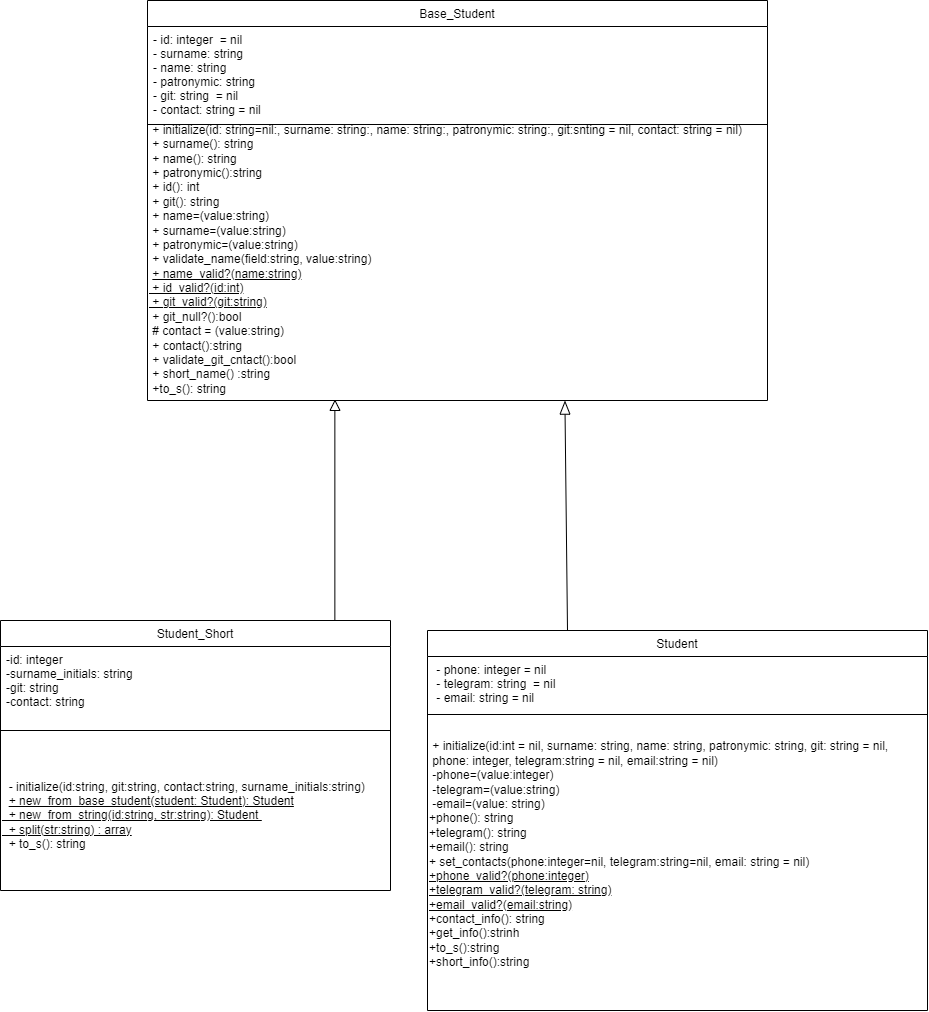
The draw.io diagram student3/Student.png in ChlnCh0pa/ruby1, before a commit. Source tidied: cells renumbered, new cells last; positions are measured from the earlier drawing's top-left corner, leaving out a move shared by most shapes.
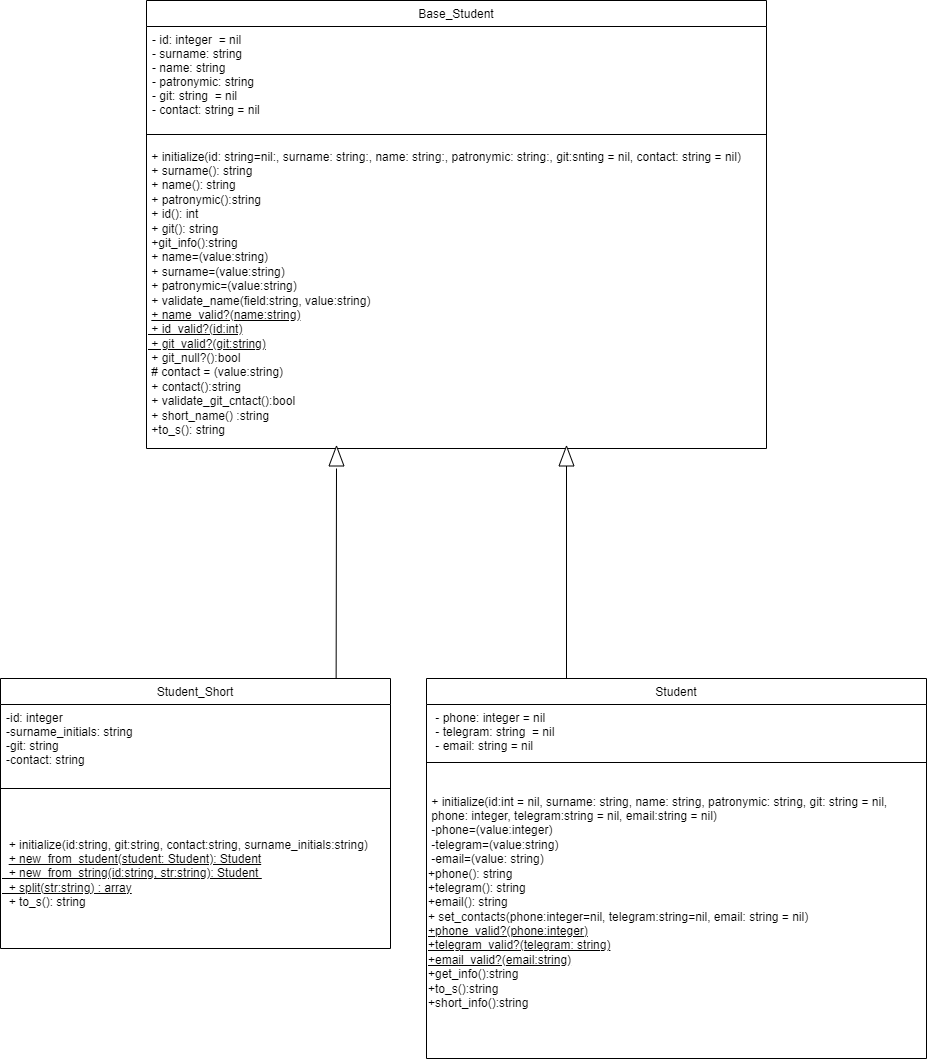
The same file after the commit.

Commit message:
2- Fixed a typo with getter for git

What changed in the source:
```diff
@@ -3,16 +3,16 @@
     <mxCell id="0" />
     <mxCell id="1" parent="0" />
     <mxCell id="2" value="Base_Student" style="swimlane;fontStyle=0;align=center;verticalAlign=top;horizontal=1;startSize=26;rounded=0;shadow=0;strokeWidth=1;" parent="1" vertex="1">
-      <mxGeometry x="147" width="620" height="400" as="geometry" />
+      <mxGeometry x="147" y="-48" width="620" height="448" as="geometry" />
     </mxCell>
     <mxCell id="3" value="- id: integer  = nil       &#10;- surname: string    &#10;- name: string       &#10;- patronymic: string &#10;- git: string  = nil      &#10;- contact: string = nil" style="text;align=left;verticalAlign=top;spacingLeft=4;spacingRight=4;overflow=hidden;rounded=0;shadow=0;html=0;" parent="2" vertex="1">
-      <mxGeometry y="26" width="620" height="94" as="geometry" />
+      <mxGeometry y="26" width="620" height="104" as="geometry" />
     </mxCell>
     <mxCell id="4" style="line;html=1;strokeWidth=1;align=left;verticalAlign=middle;spacingTop=-1;spacingLeft=3;spacingRight=3;labelPosition=right;" parent="2" vertex="1">
-      <mxGeometry y="120" width="620" height="8" as="geometry" />
+      <mxGeometry y="130" width="620" height="8" as="geometry" />
     </mxCell>
-    <mxCell id="5" value="&lt;span style=&quot;text-wrap: nowrap;&quot;&gt;&amp;nbsp;+ initialize(id: string=nil:, surname: string:, name: string:, patronymic: string:, git:snting = nil, contact: string = nil)&amp;nbsp;&lt;/span&gt;&lt;br style=&quot;padding: 0px; margin: 0px; text-wrap: nowrap;&quot;&gt;&lt;span style=&quot;text-wrap: nowrap;&quot;&gt;&amp;nbsp;+ surname(): string&amp;nbsp;&lt;/span&gt;&lt;br style=&quot;padding: 0px; margin: 0px; text-wrap: nowrap;&quot;&gt;&lt;span style=&quot;text-wrap: nowrap;&quot;&gt;&amp;nbsp;+ name(): string&amp;nbsp; &amp;nbsp;&amp;nbsp;&lt;/span&gt;&lt;br style=&quot;padding: 0px; margin: 0px; text-wrap: nowrap;&quot;&gt;&lt;span style=&quot;text-wrap: nowrap;&quot;&gt;&amp;nbsp;+ patronymic():string&amp;nbsp;&lt;/span&gt;&lt;br style=&quot;padding: 0px; margin: 0px; text-wrap: nowrap;&quot;&gt;&lt;span style=&quot;text-wrap: nowrap;&quot;&gt;&amp;nbsp;+ id(): int&amp;nbsp; &amp;nbsp; &amp;nbsp;&lt;/span&gt;&lt;br style=&quot;padding: 0px; margin: 0px; text-wrap: nowrap;&quot;&gt;&lt;span style=&quot;text-wrap: nowrap;&quot;&gt;&amp;nbsp;+ git(): string&amp;nbsp; &amp;nbsp;&amp;nbsp;&lt;/span&gt;&lt;br style=&quot;padding: 0px; margin: 0px; text-wrap: nowrap;&quot;&gt;&lt;span style=&quot;text-wrap: nowrap;&quot;&gt;&amp;nbsp;+ name=(value:string)&lt;/span&gt;&lt;br style=&quot;padding: 0px; margin: 0px; text-wrap: nowrap;&quot;&gt;&lt;span style=&quot;text-wrap: nowrap;&quot;&gt;&amp;nbsp;+ surname=(value:string)&lt;/span&gt;&lt;br style=&quot;padding: 0px; margin: 0px; text-wrap: nowrap;&quot;&gt;&lt;span style=&quot;text-wrap: nowrap;&quot;&gt;&amp;nbsp;+ patronymic=(value:string)&lt;/span&gt;&lt;br style=&quot;padding: 0px; margin: 0px; text-wrap: nowrap;&quot;&gt;&lt;span style=&quot;text-wrap: nowrap;&quot;&gt;&amp;nbsp;+ validate_name(field:string, value:string)&lt;/span&gt;&lt;br style=&quot;padding: 0px; margin: 0px; text-wrap: nowrap;&quot;&gt;&lt;span style=&quot;text-wrap: nowrap;&quot;&gt;&amp;nbsp;&lt;u&gt;+ name_valid?(name:string)&lt;/u&gt;&lt;/span&gt;&lt;u&gt;&lt;br style=&quot;padding: 0px; margin: 0px; text-wrap: nowrap;&quot;&gt;&lt;span style=&quot;text-wrap: nowrap;&quot;&gt;&amp;nbsp;+ id_valid?(id:int)&lt;/span&gt;&lt;br style=&quot;padding: 0px; margin: 0px; text-wrap: nowrap;&quot;&gt;&lt;span style=&quot;text-wrap: nowrap;&quot;&gt;&amp;nbsp;+ git_valid?(git:string)&lt;/span&gt;&lt;/u&gt;&lt;br style=&quot;padding: 0px; margin: 0px; text-wrap: nowrap;&quot;&gt;&lt;span style=&quot;text-wrap: nowrap;&quot;&gt;&amp;nbsp;+ git_null?():bool&lt;/span&gt;&lt;br style=&quot;padding: 0px; margin: 0px; text-wrap: nowrap;&quot;&gt;&lt;span style=&quot;text-wrap: nowrap;&quot;&gt;&amp;nbsp;# contact = (value:string)&lt;/span&gt;&lt;br style=&quot;padding: 0px; margin: 0px; text-wrap: nowrap;&quot;&gt;&lt;span style=&quot;text-wrap: nowrap;&quot;&gt;&amp;nbsp;+ contact():string&lt;/span&gt;&lt;br style=&quot;padding: 0px; margin: 0px; text-wrap: nowrap;&quot;&gt;&lt;span style=&quot;text-wrap: nowrap;&quot;&gt;&amp;nbsp;+ validate_git_cntact():bool&lt;/span&gt;&lt;br style=&quot;padding: 0px; margin: 0px; text-wrap: nowrap;&quot;&gt;&lt;span style=&quot;text-wrap: nowrap;&quot;&gt;&amp;nbsp;+ short_name() :string&lt;/span&gt;&lt;br style=&quot;padding: 0px; margin: 0px; text-wrap: nowrap;&quot;&gt;&lt;span style=&quot;text-wrap: nowrap;&quot;&gt;&amp;nbsp;+to_s(): string&amp;nbsp;&lt;/span&gt;" style="text;html=1;align=left;verticalAlign=middle;whiteSpace=wrap;rounded=0;" parent="2" vertex="1">
-      <mxGeometry y="128" width="620" height="262" as="geometry" />
+    <mxCell id="5" value="&lt;span style=&quot;text-wrap: nowrap;&quot;&gt;&amp;nbsp;+ initialize(id: string=nil:, surname: string:, name: string:, patronymic: string:, git:snting = nil, contact: string = nil)&amp;nbsp;&lt;/span&gt;&lt;br style=&quot;padding: 0px; margin: 0px; text-wrap: nowrap;&quot;&gt;&lt;span style=&quot;text-wrap: nowrap;&quot;&gt;&amp;nbsp;+ surname(): string&amp;nbsp;&lt;/span&gt;&lt;br style=&quot;padding: 0px; margin: 0px; text-wrap: nowrap;&quot;&gt;&lt;span style=&quot;text-wrap: nowrap;&quot;&gt;&amp;nbsp;+ name(): string&amp;nbsp; &amp;nbsp;&amp;nbsp;&lt;/span&gt;&lt;br style=&quot;padding: 0px; margin: 0px; text-wrap: nowrap;&quot;&gt;&lt;span style=&quot;text-wrap: nowrap;&quot;&gt;&amp;nbsp;+ patronymic():string&amp;nbsp;&lt;/span&gt;&lt;br style=&quot;padding: 0px; margin: 0px; text-wrap: nowrap;&quot;&gt;&lt;span style=&quot;text-wrap: nowrap;&quot;&gt;&amp;nbsp;+ id(): int&amp;nbsp; &amp;nbsp; &amp;nbsp;&lt;/span&gt;&lt;br style=&quot;padding: 0px; margin: 0px; text-wrap: nowrap;&quot;&gt;&lt;span style=&quot;text-wrap: nowrap;&quot;&gt;&amp;nbsp;+ git(): string&amp;nbsp; &amp;nbsp;&amp;nbsp;&lt;/span&gt;&lt;div&gt;&lt;span style=&quot;text-wrap: nowrap;&quot;&gt;&amp;nbsp;+git_info():string&lt;/span&gt;&lt;br style=&quot;padding: 0px; margin: 0px; text-wrap: nowrap;&quot;&gt;&lt;span style=&quot;text-wrap: nowrap;&quot;&gt;&amp;nbsp;+ name=(value:string)&lt;/span&gt;&lt;br style=&quot;padding: 0px; margin: 0px; text-wrap: nowrap;&quot;&gt;&lt;span style=&quot;text-wrap: nowrap;&quot;&gt;&amp;nbsp;+ surname=(value:string)&lt;/span&gt;&lt;br style=&quot;padding: 0px; margin: 0px; text-wrap: nowrap;&quot;&gt;&lt;span style=&quot;text-wrap: nowrap;&quot;&gt;&amp;nbsp;+ patronymic=(value:string)&lt;/span&gt;&lt;br style=&quot;padding: 0px; margin: 0px; text-wrap: nowrap;&quot;&gt;&lt;span style=&quot;text-wrap: nowrap;&quot;&gt;&amp;nbsp;+ validate_name(field:string, value:string)&lt;/span&gt;&lt;br style=&quot;padding: 0px; margin: 0px; text-wrap: nowrap;&quot;&gt;&lt;span style=&quot;text-wrap: nowrap;&quot;&gt;&amp;nbsp;&lt;u&gt;+ name_valid?(name:string)&lt;/u&gt;&lt;/span&gt;&lt;u&gt;&lt;br style=&quot;padding: 0px; margin: 0px; text-wrap: nowrap;&quot;&gt;&lt;span style=&quot;text-wrap: nowrap;&quot;&gt;&amp;nbsp;+ id_valid?(id:int)&lt;/span&gt;&lt;br style=&quot;padding: 0px; margin: 0px; text-wrap: nowrap;&quot;&gt;&lt;span style=&quot;text-wrap: nowrap;&quot;&gt;&amp;nbsp;+ git_valid?(git:string)&lt;/span&gt;&lt;/u&gt;&lt;br style=&quot;padding: 0px; margin: 0px; text-wrap: nowrap;&quot;&gt;&lt;span style=&quot;text-wrap: nowrap;&quot;&gt;&amp;nbsp;+ git_null?():bool&lt;/span&gt;&lt;br style=&quot;padding: 0px; margin: 0px; text-wrap: nowrap;&quot;&gt;&lt;span style=&quot;text-wrap: nowrap;&quot;&gt;&amp;nbsp;# contact = (value:string)&lt;/span&gt;&lt;br style=&quot;padding: 0px; margin: 0px; text-wrap: nowrap;&quot;&gt;&lt;span style=&quot;text-wrap: nowrap;&quot;&gt;&amp;nbsp;+ contact():string&lt;/span&gt;&lt;br style=&quot;padding: 0px; margin: 0px; text-wrap: nowrap;&quot;&gt;&lt;span style=&quot;text-wrap: nowrap;&quot;&gt;&amp;nbsp;+ validate_git_cntact():bool&lt;/span&gt;&lt;br style=&quot;padding: 0px; margin: 0px; text-wrap: nowrap;&quot;&gt;&lt;span style=&quot;text-wrap: nowrap;&quot;&gt;&amp;nbsp;+ short_name() :string&lt;/span&gt;&lt;br style=&quot;padding: 0px; margin: 0px; text-wrap: nowrap;&quot;&gt;&lt;span style=&quot;text-wrap: nowrap;&quot;&gt;&amp;nbsp;+to_s(): string&amp;nbsp;&lt;/span&gt;&lt;/div&gt;" style="text;html=1;align=left;verticalAlign=middle;whiteSpace=wrap;rounded=0;" parent="2" vertex="1">
+      <mxGeometry y="138" width="620" height="310" as="geometry" />
     </mxCell>
     <mxCell id="6" value="Student" style="swimlane;fontStyle=0;align=center;verticalAlign=top;horizontal=1;startSize=26;rounded=0;shadow=0;strokeWidth=1;" parent="1" vertex="1">
       <mxGeometry x="427" y="630" width="500" height="380" as="geometry" />
@@ -23,11 +23,11 @@
     <mxCell id="8" style="line;html=1;strokeWidth=1;align=left;verticalAlign=middle;spacingTop=-1;spacingLeft=3;spacingRight=3;labelPosition=right;" parent="6" vertex="1">
       <mxGeometry y="80" width="500" height="8" as="geometry" />
     </mxCell>
-    <mxCell id="9" value="&lt;span style=&quot;text-wrap: nowrap;&quot;&gt;&amp;nbsp;+ initialize(id:int = nil, surname: string, name: string, patronymic: string, git: string = nil,&lt;/span&gt;&lt;br style=&quot;padding: 0px; margin: 0px; text-wrap: nowrap;&quot;&gt;&lt;span style=&quot;text-wrap: nowrap;&quot;&gt;&amp;nbsp;phone: integer, telegram:string = nil, email:string = nil)&amp;nbsp;&lt;/span&gt;&lt;br style=&quot;padding: 0px; margin: 0px; text-wrap: nowrap;&quot;&gt;&lt;span style=&quot;text-wrap: nowrap;&quot;&gt;&amp;nbsp;-phone=(value:integer)&amp;nbsp;&amp;nbsp;&lt;/span&gt;&lt;br style=&quot;padding: 0px; margin: 0px; text-wrap: nowrap;&quot;&gt;&lt;span style=&quot;text-wrap: nowrap;&quot;&gt;&amp;nbsp;-telegram=(value:string)&amp;nbsp;&lt;/span&gt;&lt;br style=&quot;padding: 0px; margin: 0px; text-wrap: nowrap;&quot;&gt;&lt;span style=&quot;text-wrap: nowrap;&quot;&gt;&amp;nbsp;-email=(value: string)&lt;/span&gt;&lt;br style=&quot;padding: 0px; margin: 0px; text-wrap: nowrap;&quot;&gt;&lt;span style=&quot;text-wrap: nowrap;&quot;&gt;+phone(): string&lt;/span&gt;&lt;br style=&quot;padding: 0px; margin: 0px; text-wrap: nowrap;&quot;&gt;&lt;span style=&quot;text-wrap: nowrap;&quot;&gt;+telegram(): string&lt;/span&gt;&lt;br style=&quot;padding: 0px; margin: 0px; text-wrap: nowrap;&quot;&gt;&lt;span style=&quot;text-wrap: nowrap;&quot;&gt;+email(): string&amp;nbsp;&amp;nbsp;&lt;/span&gt;&lt;br style=&quot;padding: 0px; margin: 0px; text-wrap: nowrap;&quot;&gt;&lt;span style=&quot;text-wrap: nowrap;&quot;&gt;+ set_contacts(phone:integer=nil, telegram:string=nil, email: string = nil)&lt;/span&gt;&lt;br style=&quot;padding: 0px; margin: 0px; text-wrap: nowrap;&quot;&gt;&lt;span style=&quot;text-wrap: nowrap;&quot;&gt;&lt;u&gt;+phone_valid?(phone:integer)&lt;/u&gt;&lt;/span&gt;&lt;u&gt;&lt;br style=&quot;padding: 0px; margin: 0px; text-wrap: nowrap;&quot;&gt;&lt;span style=&quot;text-wrap: nowrap;&quot;&gt;+telegram_valid?(telegram: string)&lt;/span&gt;&lt;br style=&quot;padding: 0px; margin: 0px; text-wrap: nowrap;&quot;&gt;&lt;span style=&quot;text-wrap: nowrap;&quot;&gt;+email_valid?(email:string)&lt;/span&gt;&lt;/u&gt;&lt;br style=&quot;padding: 0px; margin: 0px; text-wrap: nowrap;&quot;&gt;&lt;span style=&quot;text-wrap: nowrap;&quot;&gt;+contact_info(): string&lt;/span&gt;&lt;br style=&quot;padding: 0px; margin: 0px; text-wrap: nowrap;&quot;&gt;&lt;span style=&quot;text-wrap: nowrap;&quot;&gt;+get_info():strinh&lt;/span&gt;&lt;br style=&quot;padding: 0px; margin: 0px; text-wrap: nowrap;&quot;&gt;&lt;span style=&quot;text-wrap: nowrap;&quot;&gt;+to_s():string&lt;/span&gt;&lt;br style=&quot;padding: 0px; margin: 0px; text-wrap: nowrap;&quot;&gt;&lt;span style=&quot;text-wrap: nowrap;&quot;&gt;+short_info():string&amp;nbsp;&lt;/span&gt;" style="text;html=1;align=left;verticalAlign=middle;whiteSpace=wrap;rounded=0;" parent="6" vertex="1">
+    <mxCell id="9" value="&lt;span style=&quot;text-wrap: nowrap;&quot;&gt;&amp;nbsp;+ initialize(id:int = nil, surname: string, name: string, patronymic: string, git: string = nil,&lt;/span&gt;&lt;br style=&quot;padding: 0px; margin: 0px; text-wrap: nowrap;&quot;&gt;&lt;span style=&quot;text-wrap: nowrap;&quot;&gt;&amp;nbsp;phone: integer, telegram:string = nil, email:string = nil)&amp;nbsp;&lt;/span&gt;&lt;br style=&quot;padding: 0px; margin: 0px; text-wrap: nowrap;&quot;&gt;&lt;span style=&quot;text-wrap: nowrap;&quot;&gt;&amp;nbsp;-phone=(value:integer)&amp;nbsp;&amp;nbsp;&lt;/span&gt;&lt;br style=&quot;padding: 0px; margin: 0px; text-wrap: nowrap;&quot;&gt;&lt;span style=&quot;text-wrap: nowrap;&quot;&gt;&amp;nbsp;-telegram=(value:string)&amp;nbsp;&lt;/span&gt;&lt;br style=&quot;padding: 0px; margin: 0px; text-wrap: nowrap;&quot;&gt;&lt;span style=&quot;text-wrap: nowrap;&quot;&gt;&amp;nbsp;-email=(value: string)&lt;/span&gt;&lt;br style=&quot;padding: 0px; margin: 0px; text-wrap: nowrap;&quot;&gt;&lt;span style=&quot;text-wrap: nowrap;&quot;&gt;+phone(): string&lt;/span&gt;&lt;br style=&quot;padding: 0px; margin: 0px; text-wrap: nowrap;&quot;&gt;&lt;span style=&quot;text-wrap: nowrap;&quot;&gt;+telegram(): string&lt;/span&gt;&lt;br style=&quot;padding: 0px; margin: 0px; text-wrap: nowrap;&quot;&gt;&lt;span style=&quot;text-wrap: nowrap;&quot;&gt;+email(): string&amp;nbsp;&lt;/span&gt;&lt;div&gt;&lt;span style=&quot;text-wrap: nowrap;&quot;&gt;+ set_contacts(phone:integer=nil, telegram:string=nil, email: string = nil)&lt;/span&gt;&lt;br style=&quot;padding: 0px; margin: 0px; text-wrap: nowrap;&quot;&gt;&lt;span style=&quot;text-wrap: nowrap;&quot;&gt;&lt;u&gt;+phone_valid?(phone:integer)&lt;/u&gt;&lt;/span&gt;&lt;u&gt;&lt;br style=&quot;padding: 0px; margin: 0px; text-wrap: nowrap;&quot;&gt;&lt;span style=&quot;text-wrap: nowrap;&quot;&gt;+telegram_valid?(telegram: string)&lt;/span&gt;&lt;br style=&quot;padding: 0px; margin: 0px; text-wrap: nowrap;&quot;&gt;&lt;span style=&quot;text-wrap: nowrap;&quot;&gt;+email_valid?(email:string)&lt;/span&gt;&lt;/u&gt;&lt;br style=&quot;padding: 0px; margin: 0px; text-wrap: nowrap;&quot;&gt;&lt;span style=&quot;text-wrap: nowrap;&quot;&gt;+get_info():string&lt;/span&gt;&lt;br style=&quot;padding: 0px; margin: 0px; text-wrap: nowrap;&quot;&gt;&lt;span style=&quot;text-wrap: nowrap;&quot;&gt;+to_s():string&lt;/span&gt;&lt;br style=&quot;padding: 0px; margin: 0px; text-wrap: nowrap;&quot;&gt;&lt;span style=&quot;text-wrap: nowrap;&quot;&gt;+short_info():string&amp;nbsp;&lt;/span&gt;&lt;/div&gt;" style="text;html=1;align=left;verticalAlign=middle;whiteSpace=wrap;rounded=0;" parent="6" vertex="1">
       <mxGeometry y="88" width="500" height="272" as="geometry" />
     </mxCell>
     <mxCell id="10" value="Student_Short" style="swimlane;fontStyle=0;align=center;verticalAlign=top;horizontal=1;startSize=26;rounded=0;shadow=0;strokeWidth=1;" parent="1" vertex="1">
-      <mxGeometry y="620" width="390" height="270" as="geometry" />
+      <mxGeometry x="1" y="630" width="390" height="270" as="geometry" />
     </mxCell>
     <mxCell id="11" value="-id: integer&#10;-surname_initials: string&#10;-git: string&#10;-contact: string" style="text;align=left;verticalAlign=top;spacingLeft=4;spacingRight=4;overflow=hidden;rounded=0;shadow=0;html=0;" parent="10" vertex="1">
       <mxGeometry y="26" width="390" height="74" as="geometry" />
@@ -35,16 +35,21 @@
     <mxCell id="12" style="line;html=1;strokeWidth=1;align=left;verticalAlign=middle;spacingTop=-1;spacingLeft=3;spacingRight=3;labelPosition=right;" parent="10" vertex="1">
       <mxGeometry y="100" width="390" height="20" as="geometry" />
     </mxCell>
-    <mxCell id="13" value="&lt;span style=&quot;text-wrap: nowrap;&quot;&gt;&amp;nbsp; - initialize(id:string, git:string, contact:string, surname_initials:string)&lt;/span&gt;&lt;br style=&quot;padding: 0px; margin: 0px; text-wrap: nowrap;&quot;&gt;&lt;span style=&quot;text-wrap: nowrap;&quot;&gt;&amp;nbsp; &lt;u&gt;+ new_from_base_student(student: Student): Student&lt;/u&gt;&lt;/span&gt;&lt;u&gt;&lt;br style=&quot;padding: 0px; margin: 0px; text-wrap: nowrap;&quot;&gt;&lt;span style=&quot;text-wrap: nowrap;&quot;&gt;&amp;nbsp; + new_from_string(id:string, str:string): Student&amp;nbsp;&lt;/span&gt;&lt;br style=&quot;padding: 0px; margin: 0px; text-wrap: nowrap;&quot;&gt;&lt;span style=&quot;text-wrap: nowrap;&quot;&gt;&amp;nbsp; + split(str:string) : array&lt;/span&gt;&lt;/u&gt;&lt;br style=&quot;padding: 0px; margin: 0px; text-wrap: nowrap;&quot;&gt;&lt;span style=&quot;text-wrap: nowrap;&quot;&gt;&amp;nbsp; + to_s(): string&amp;nbsp;&amp;nbsp;&lt;/span&gt;" style="text;html=1;align=left;verticalAlign=middle;whiteSpace=wrap;rounded=0;" parent="10" vertex="1">
+    <mxCell id="13" value="&lt;span style=&quot;text-wrap: nowrap;&quot;&gt;&amp;nbsp; + initialize(id:string, git:string, contact:string, surname_initials:string)&lt;/span&gt;&lt;br style=&quot;padding: 0px; margin: 0px; text-wrap: nowrap;&quot;&gt;&lt;span style=&quot;text-wrap: nowrap;&quot;&gt;&amp;nbsp; &lt;u&gt;+ new_from_student(student: Student): Student&lt;/u&gt;&lt;/span&gt;&lt;u&gt;&lt;br style=&quot;padding: 0px; margin: 0px; text-wrap: nowrap;&quot;&gt;&lt;span style=&quot;text-wrap: nowrap;&quot;&gt;&amp;nbsp; + new_from_string(id:string, str:string): Student&amp;nbsp;&lt;/span&gt;&lt;br style=&quot;padding: 0px; margin: 0px; text-wrap: nowrap;&quot;&gt;&lt;span style=&quot;text-wrap: nowrap;&quot;&gt;&amp;nbsp; + split(str:string) : array&lt;/span&gt;&lt;/u&gt;&lt;br style=&quot;padding: 0px; margin: 0px; text-wrap: nowrap;&quot;&gt;&lt;span style=&quot;text-wrap: nowrap;&quot;&gt;&amp;nbsp; + to_s(): string&amp;nbsp;&amp;nbsp;&lt;/span&gt;" style="text;html=1;align=left;verticalAlign=middle;whiteSpace=wrap;rounded=0;" parent="10" vertex="1">
       <mxGeometry y="120" width="390" height="150" as="geometry" />
     </mxCell>
+    <mxCell id="18" style="endArrow=none;html=1;rounded=0;" parent="1" edge="1" source="17">
+      <mxGeometry relative="1" as="geometry">
+        <mxPoint x="567" y="420" as="targetPoint" />
+      </mxGeometry>
+    </mxCell>
     <mxCell id="14" style="triangle;whiteSpace=wrap;html=1;rotation=-90;" parent="1" vertex="1">
-      <mxGeometry x="329.5" y="400" width="10" height="10" as="geometry" />
+      <mxGeometry x="327" y="400" width="20" height="15" as="geometry" />
     </mxCell>
     <mxCell id="15" style="endArrow=none;html=1;rounded=0;" parent="1" edge="1">
       <mxGeometry relative="1" as="geometry">
-        <mxPoint x="334.4" y="620" as="sourcePoint" />
-        <mxPoint x="334.4" y="410" as="targetPoint" />
+        <mxPoint x="336.6" y="630" as="sourcePoint" />
+        <mxPoint x="337" y="420" as="targetPoint" />
       </mxGeometry>
     </mxCell>
     <mxCell id="16" style="endArrow=none;html=1;rounded=0;" parent="1" edge="1" target="17">
@@ -53,7 +58,7 @@
       </mxGeometry>
     </mxCell>
     <mxCell id="17" style="triangle;whiteSpace=wrap;html=1;rotation=-90;" parent="1" vertex="1">
-      <mxGeometry x="558.2" y="402.5" width="12.5" height="10" as="geometry" />
+      <mxGeometry x="557" y="400" width="20" height="15" as="geometry" />
     </mxCell>
   </root>
 </mxGraphModel>
```
